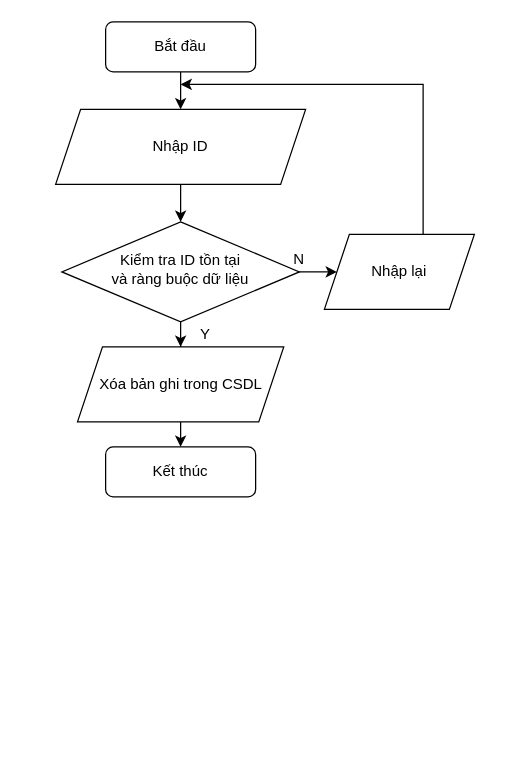
The draw.io diagram assets/flow-chart/delete.drawio in vanluong94/aptech-market-management-system, before the edit. Source tidied: cells renumbered, new cells numbered last; positions are measured from the earlier drawing's top-left corner, leaving out a move shared by most shapes. Both pictures are drawn from the tidied source at 125%, with x=0, y=0 at pixel (55, 21).
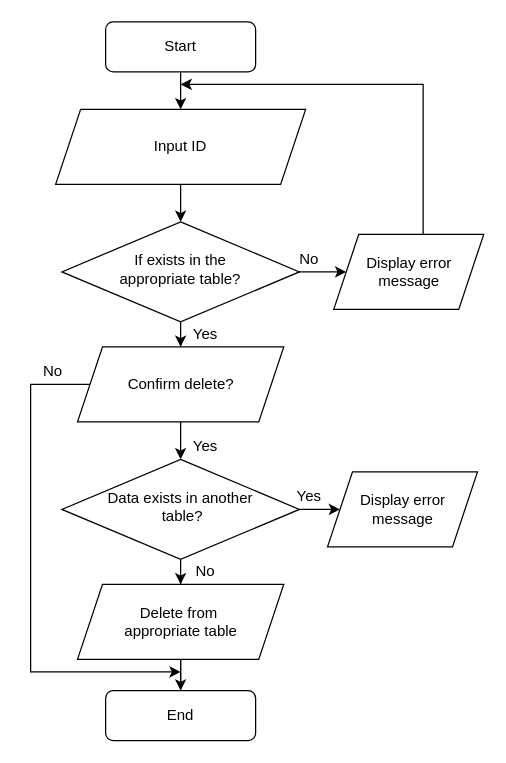
Above is the later version.

Change to the diagram source:
```diff
@@
-    <mxCell id="3" value="Bắt đầu" style="rounded=1;whiteSpace=wrap;html=1;fontSize=12;glass=0;strokeWidth=1;shadow=0;" parent="1" vertex="1">
+    <mxCell id="3" value="Start" style="rounded=1;whiteSpace=wrap;html=1;fontSize=12;glass=0;strokeWidth=1;shadow=0;" parent="1" vertex="1">
       <mxGeometry x="40" width="120" height="40" as="geometry" />
     </mxCell>
@@
-    <mxCell id="6" value="Kiểm tra ID tồn tại &lt;br&gt;và ràng buộc dữ liệu" style="rhombus;whiteSpace=wrap;html=1;shadow=0;fontFamily=Helvetica;fontSize=12;align=center;strokeWidth=1;spacing=6;spacingTop=-4;" parent="1" vertex="1">
+    <mxCell id="6" value="&lt;div&gt;If exists in the&lt;/div&gt;&lt;div&gt;appropriate table?&lt;/div&gt;" style="rhombus;whiteSpace=wrap;html=1;shadow=0;fontFamily=Helvetica;fontSize=12;align=center;strokeWidth=1;spacing=6;spacingTop=-4;" parent="1" vertex="1">
       <mxGeometry x="5" y="160" width="190" height="80" as="geometry" />
     </mxCell>
-    <mxCell id="7" value="Kết thúc" style="rounded=1;whiteSpace=wrap;html=1;fontSize=12;glass=0;strokeWidth=1;shadow=0;" parent="1" vertex="1">
-      <mxGeometry x="40" y="340" width="120" height="40" as="geometry" />
-    </mxCell>
@@
-    <mxCell id="9" value="Nhập ID" style="shape=parallelogram;perimeter=parallelogramPerimeter;whiteSpace=wrap;html=1;fixedSize=1;" parent="1" vertex="1">
+    <mxCell id="9" value="Input ID" style="shape=parallelogram;perimeter=parallelogramPerimeter;whiteSpace=wrap;html=1;fixedSize=1;" parent="1" vertex="1">
       <mxGeometry y="70" width="200" height="60" as="geometry" />
     </mxCell>
-    <mxCell id="10" style="edgeStyle=orthogonalEdgeStyle;rounded=0;orthogonalLoop=1;jettySize=auto;html=1;entryX=0.5;entryY=0;entryDx=0;entryDy=0;" parent="1" edge="1">
+    <mxCell id="10" style="edgeStyle=orthogonalEdgeStyle;rounded=0;jettySize=auto;html=1;entryX=0.5;entryY=0;entryDx=0;entryDy=0;" parent="1" edge="1" target="19">
       <mxGeometry relative="1" as="geometry">
         <mxPoint x="100" y="320" as="sourcePoint" />
-        <mxPoint x="100" y="340" as="targetPoint" />
       </mxGeometry>
     </mxCell>
+    <mxCell id="16" style="edgeStyle=orthogonalEdgeStyle;rounded=0;jettySize=auto;html=1;exitX=0;exitY=0.5;exitDx=0;exitDy=0;" parent="1" edge="1" source="11">
+      <mxGeometry relative="1" as="geometry">
+        <mxPoint x="100" y="520" as="targetPoint" />
+        <Array as="points">
+          <mxPoint x="-20" y="290" />
+          <mxPoint x="-20" y="520" />
+        </Array>
+      </mxGeometry>
+    </mxCell>
-    <mxCell id="11" value="&lt;span&gt;Xóa bản ghi trong CSDL&lt;/span&gt;" style="shape=parallelogram;perimeter=parallelogramPerimeter;whiteSpace=wrap;html=1;fixedSize=1;" parent="1" vertex="1">
+    <mxCell id="11" value="&lt;span&gt;Confirm delete?&lt;/span&gt;" style="shape=parallelogram;perimeter=parallelogramPerimeter;whiteSpace=wrap;html=1;fixedSize=1;" parent="1" vertex="1">
       <mxGeometry x="17.5" y="260" width="165" height="60" as="geometry" />
     </mxCell>
@@
-    <mxCell id="13" value="&lt;span&gt;Nhập lại&lt;/span&gt;" style="shape=parallelogram;perimeter=parallelogramPerimeter;whiteSpace=wrap;html=1;fixedSize=1;" parent="1" vertex="1">
-      <mxGeometry x="215" y="170" width="120" height="60" as="geometry" />
+    <mxCell id="13" value="&lt;div&gt;Display error&lt;/div&gt;&lt;div&gt;message&lt;/div&gt;" style="shape=parallelogram;perimeter=parallelogramPerimeter;whiteSpace=wrap;html=1;fixedSize=1;" parent="1" vertex="1">
+      <mxGeometry x="222.5" y="170" width="120" height="60" as="geometry" />
     </mxCell>
-    <mxCell id="14" value="N" style="text;html=1;strokeColor=none;fillColor=none;align=center;verticalAlign=middle;whiteSpace=wrap;rounded=0;" parent="1" vertex="1">
-      <mxGeometry x="175" y="180" width="40" height="20" as="geometry" />
+    <mxCell id="14" value="No" style="text;html=1;strokeColor=none;fillColor=none;align=center;verticalAlign=middle;whiteSpace=wrap;rounded=0;" parent="1" vertex="1">
+      <mxGeometry x="182.5" y="180" width="40" height="20" as="geometry" />
     </mxCell>
-    <mxCell id="15" value="Y" style="text;html=1;strokeColor=none;fillColor=none;align=center;verticalAlign=middle;whiteSpace=wrap;rounded=0;" parent="1" vertex="1">
+    <mxCell id="15" value="Yes" style="text;html=1;strokeColor=none;fillColor=none;align=center;verticalAlign=middle;whiteSpace=wrap;rounded=0;" parent="1" vertex="1">
       <mxGeometry x="100" y="240" width="40" height="20" as="geometry" />
     </mxCell>
+    <mxCell id="17" style="edgeStyle=orthogonalEdgeStyle;rounded=0;jettySize=auto;html=1;entryX=0;entryY=0.5;entryDx=0;entryDy=0;" parent="1" edge="1" source="19" target="24">
+      <mxGeometry relative="1" as="geometry" />
+    </mxCell>
+    <mxCell id="18" style="edgeStyle=orthogonalEdgeStyle;rounded=0;jettySize=auto;html=1;entryX=0.5;entryY=0;entryDx=0;entryDy=0;" parent="1" edge="1" source="19" target="23">
+      <mxGeometry relative="1" as="geometry" />
+    </mxCell>
+    <mxCell id="19" value="Data exists in another&lt;br&gt;&amp;nbsp;table?" style="rhombus;whiteSpace=wrap;html=1;shadow=0;fontFamily=Helvetica;fontSize=12;align=center;strokeWidth=1;spacing=6;spacingTop=-4;" parent="1" vertex="1">
+      <mxGeometry x="5" y="350" width="190" height="80" as="geometry" />
+    </mxCell>
+    <mxCell id="20" style="edgeStyle=orthogonalEdgeStyle;rounded=0;jettySize=auto;html=1;" parent="1" edge="1" source="21" target="26">
+      <mxGeometry relative="1" as="geometry" />
+    </mxCell>
+    <mxCell id="21" value="End" style="rounded=1;whiteSpace=wrap;html=1;fontSize=12;glass=0;strokeWidth=1;shadow=0;" parent="1" vertex="1">
+      <mxGeometry x="40" y="535" width="120" height="40" as="geometry" />
+    </mxCell>
+    <mxCell id="22" style="edgeStyle=orthogonalEdgeStyle;rounded=0;jettySize=auto;html=1;" parent="1" edge="1" source="23" target="21">
+      <mxGeometry relative="1" as="geometry" />
+    </mxCell>
+    <mxCell id="23" value="&lt;span&gt;Delete from&amp;nbsp;&lt;br&gt;&lt;/span&gt;appropriate table" style="shape=parallelogram;perimeter=parallelogramPerimeter;whiteSpace=wrap;html=1;fixedSize=1;" parent="1" vertex="1">
+      <mxGeometry x="17.5" y="450" width="165" height="60" as="geometry" />
+    </mxCell>
+    <mxCell id="24" value="&lt;div&gt;Display error&lt;/div&gt;&lt;div&gt;message&lt;/div&gt;" style="shape=parallelogram;perimeter=parallelogramPerimeter;whiteSpace=wrap;html=1;fixedSize=1;" parent="1" vertex="1">
+      <mxGeometry x="217.5" y="360" width="120" height="60" as="geometry" />
+    </mxCell>
+    <mxCell id="25" value="Yes" style="text;html=1;strokeColor=none;fillColor=none;align=center;verticalAlign=middle;whiteSpace=wrap;rounded=0;" parent="1" vertex="1">
+      <mxGeometry x="182.5" y="370" width="40" height="20" as="geometry" />
+    </mxCell>
+    <mxCell id="26" value="No" style="text;html=1;strokeColor=none;fillColor=none;align=center;verticalAlign=middle;whiteSpace=wrap;rounded=0;" parent="1" vertex="1">
+      <mxGeometry x="100" y="430" width="40" height="20" as="geometry" />
+    </mxCell>
+    <mxCell id="27" value="Yes" style="text;html=1;strokeColor=none;fillColor=none;align=center;verticalAlign=middle;whiteSpace=wrap;rounded=0;" parent="1" vertex="1">
+      <mxGeometry x="100" y="330" width="40" height="20" as="geometry" />
+    </mxCell>
+    <mxCell id="28" value="No" style="text;html=1;strokeColor=none;fillColor=none;align=center;verticalAlign=middle;whiteSpace=wrap;rounded=0;" parent="1" vertex="1">
+      <mxGeometry x="-22.5" y="270" width="40" height="20" as="geometry" />
+    </mxCell>
```
